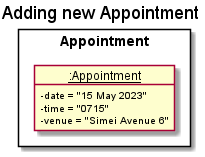
Above: docs/images/AppointmentAddedState.png in nus-cs2103-AY2122S1/tp (PlantUML), before the change. Source of this version:
```plantuml
@startuml
skinparam arrowThickness 1.1
skinparam arrowColor MODEL_COLOR_T1
skinparam classBackgroundColor MODEL_COLOR
skinparam classAttributeIconSize 0
show fields

title Adding new Appointment

Package Appointment <<Rectangle>> {
    object "__:Appointment__" as completeAppointment {
        - date = "15 May 2023"
        - time = "0715"
        - venue = "Simei Avenue 6"
    }
}

@enduml
```
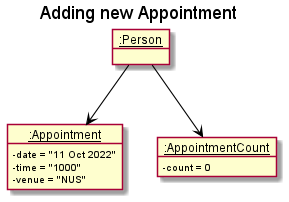
The same diagram one commit later.

The edit, as a diff of the source:
```diff
@@ -1,18 +1,27 @@
 @startuml
 skinparam arrowThickness 1.1
-skinparam arrowColor MODEL_COLOR_T1
+skinparam arrowColor #000000
 skinparam classBackgroundColor MODEL_COLOR
 skinparam classAttributeIconSize 0
 show fields
 
 title Adding new Appointment
 
-Package Appointment <<Rectangle>> {
-    object "__:Appointment__" as completeAppointment {
-        - date = "15 May 2023"
-        - time = "0715"
-        - venue = "Simei Avenue 6"
-    }
+object "__:Person__" as normalHuman {
 }
 
+object "__:Appointment__" as completeAppointment {
+    - date = "11 Oct 2022"
+    - time = "1000"
+    - venue = "NUS"
+}
+
+object "__:AppointmentCount__" as emptyAppointmentCount {
+    - count = 0
+}
+
+normalHuman --> completeAppointment
+normalHuman --> emptyAppointmentCount
+
+
 @enduml
```
